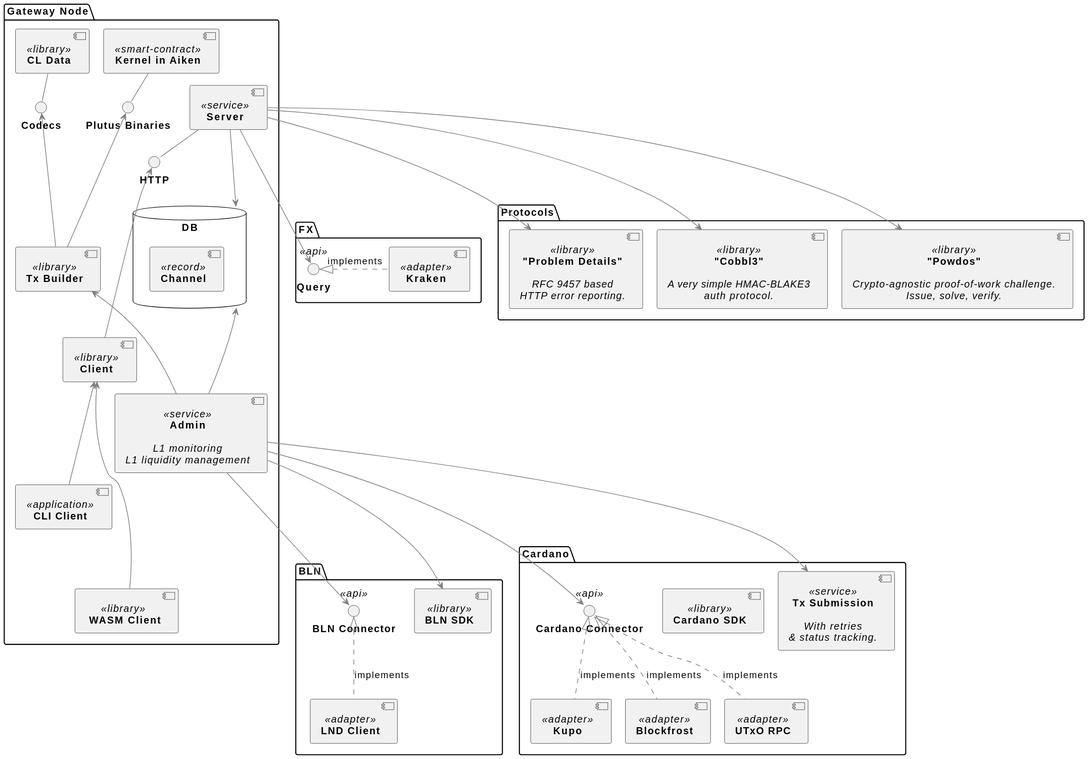
The PlantUML diagram milestone-3/konduit/components-3.0.svg in cardano-lightning/cardano-lightning, before a commit.
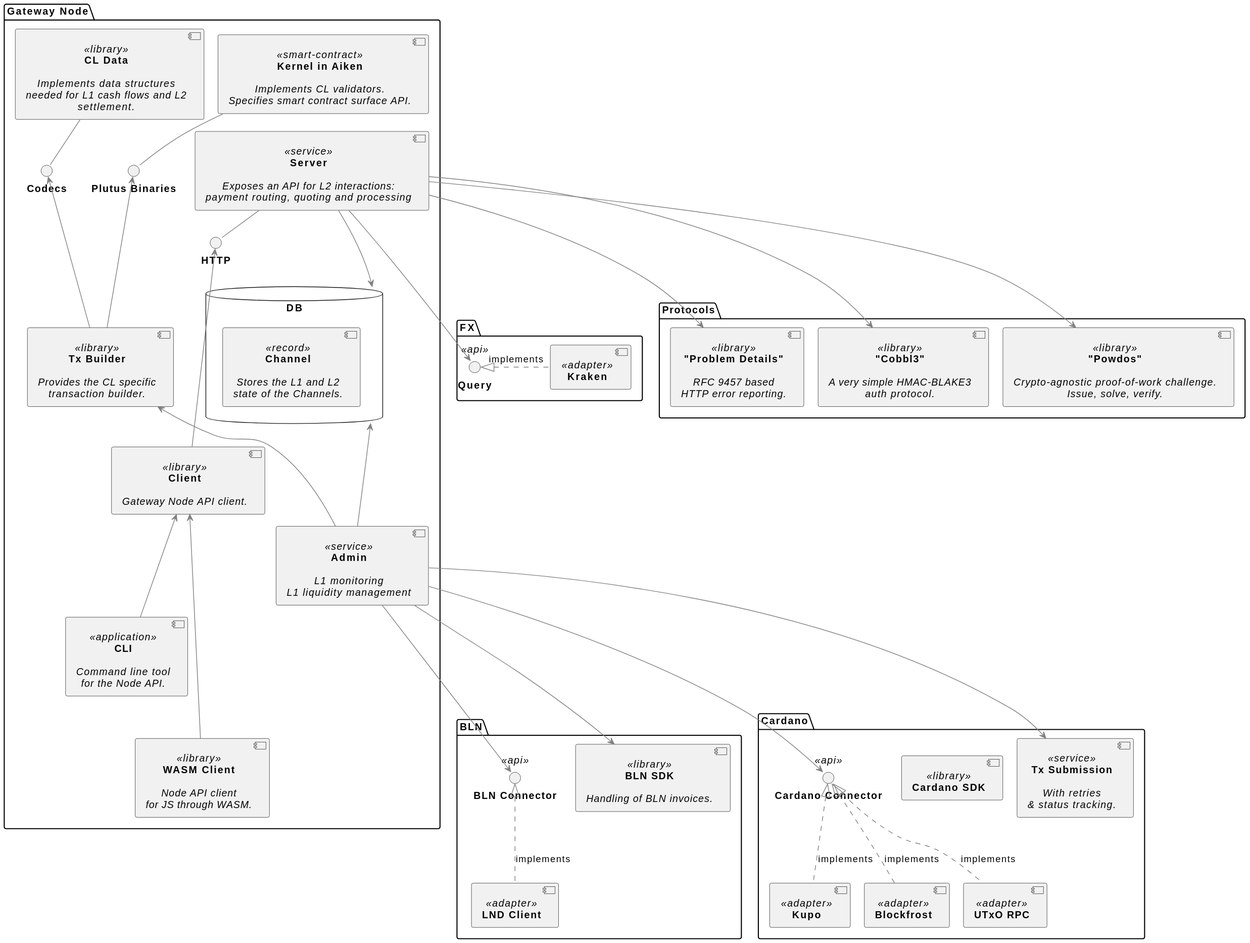
After the commit.

Commit message:
Add a few more components descriptions

The edit, as a diff of the source:
```diff
@@ -3,7 +3,6 @@
 skinparam shadowing false
 skinparam nodesep 20
 skinparam ranksep 10
-
 
 <style>
 component {
@@ -17,26 +16,42 @@
 </style>
 
 package "Gateway Node" as CLNode {
-    database DB as DB {
+    database DB {
       component ChannelInfo <<record>> [
         <b>Channel
+
+        <i>Stores the L1 and L2
+        <i>state of the Channels.
       ]
     }
 
     component Server <<service>> [
         <b>Server
+
+        <i>Exposes an API for L2 interactions:
+        <i>payment routing, quoting and processing
     ]
     Server -d--> DB
 
     interface "<b>HTTP" as HTTP
     component Client <<library>> [
       <b>Client
+
+      <i>Gateway Node API client.
     ]
+
     component CLI <<application>> [
-      <b>CLI Client
+      <b>CLI
+
+      <i>Command line tool
+      <i>for the Node API.
     ]
+
     component WASM <<library>> [
-      <b> WASM Client
+      <b>WASM Client
+
+      <i>Node API client
+      <i>for JS through WASM.
     ]
     CLI -u--> Client
     WASM -u---> Client
@@ -45,18 +60,28 @@
 
     component Kernel <<smart-contract>> [
       <b>Kernel in Aiken
+
+      <i>Implements CL validators.
+      <i>Specifies smart contract surface API.
     ]
     interface "<b>Plutus Binaries" as PlutusBinaries
     PlutusBinaries -u- Kernel
 
     component TxBuilder <<library>> [
         <b>Tx Builder
+
+        <i>Provides the CL specific
+        <i>transaction builder.
     ]
 
     TxBuilder -u--> PlutusBinaries
 
     component CLData <<library>> [
       <b>CL Data
+
+      <i>Implements data structures
+      <i>needed for L1 cash flows and L2
+      <i>settlement.
     ]
 
     interface "<b>Codecs" as Codecs
@@ -109,7 +134,11 @@
 
 
   package "BLN" as BLN {
-    component "<b>BLN SDK</b>" as BLNSDK <<library>>
+    component BLNSDK <<library>> [
+      <b>BLN SDK
+
+      <i>Handling of BLN invoices.
+    ]
 
     interface "<b>BLN Connector</b>" as BLNConnector <<api>>
     component "<b>LND Client</b>" as LndAdapter <<adapter>>
```
